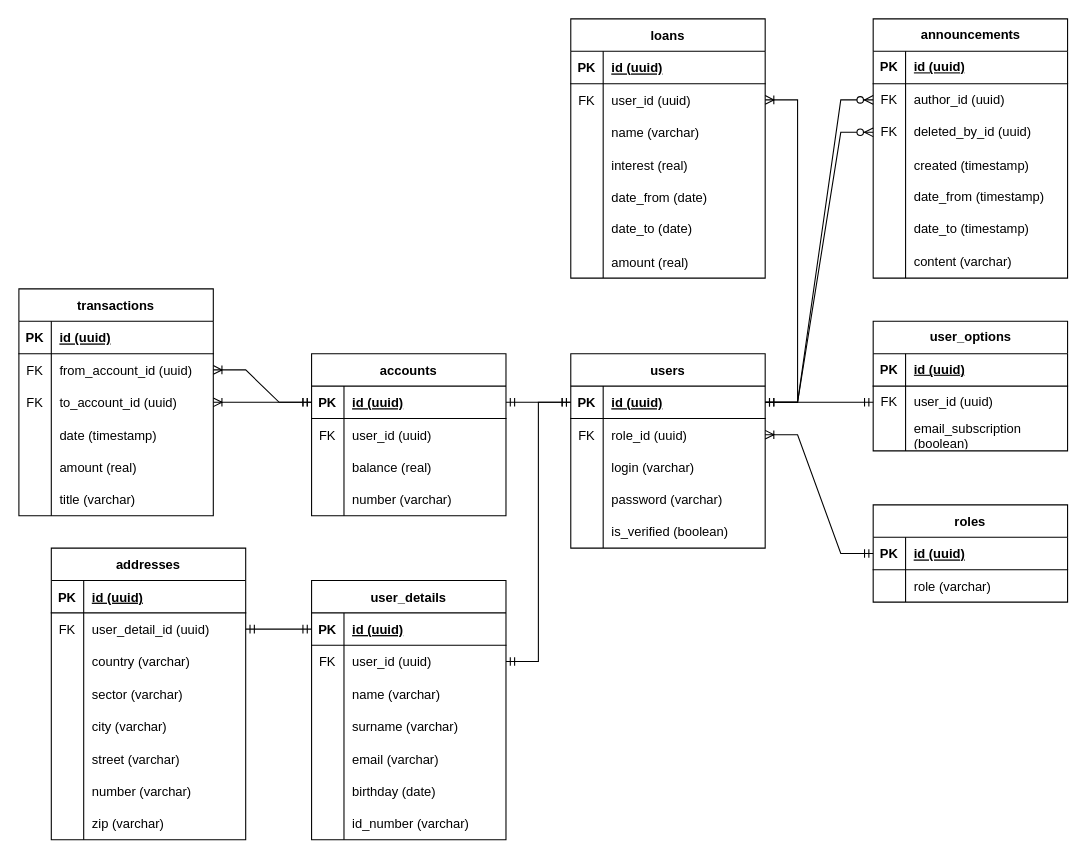
Above: bank database.drawio in Wadowski-Mateusz/bankApp (draw.io), before the change. Source tidied: cells renumbered, new cells numbered last; positions are measured from the earlier drawing's top-left corner, leaving out a move shared by most shapes. Both pictures are drawn from the tidied source at 108%, with x=0, y=0 at pixel (18, 18).
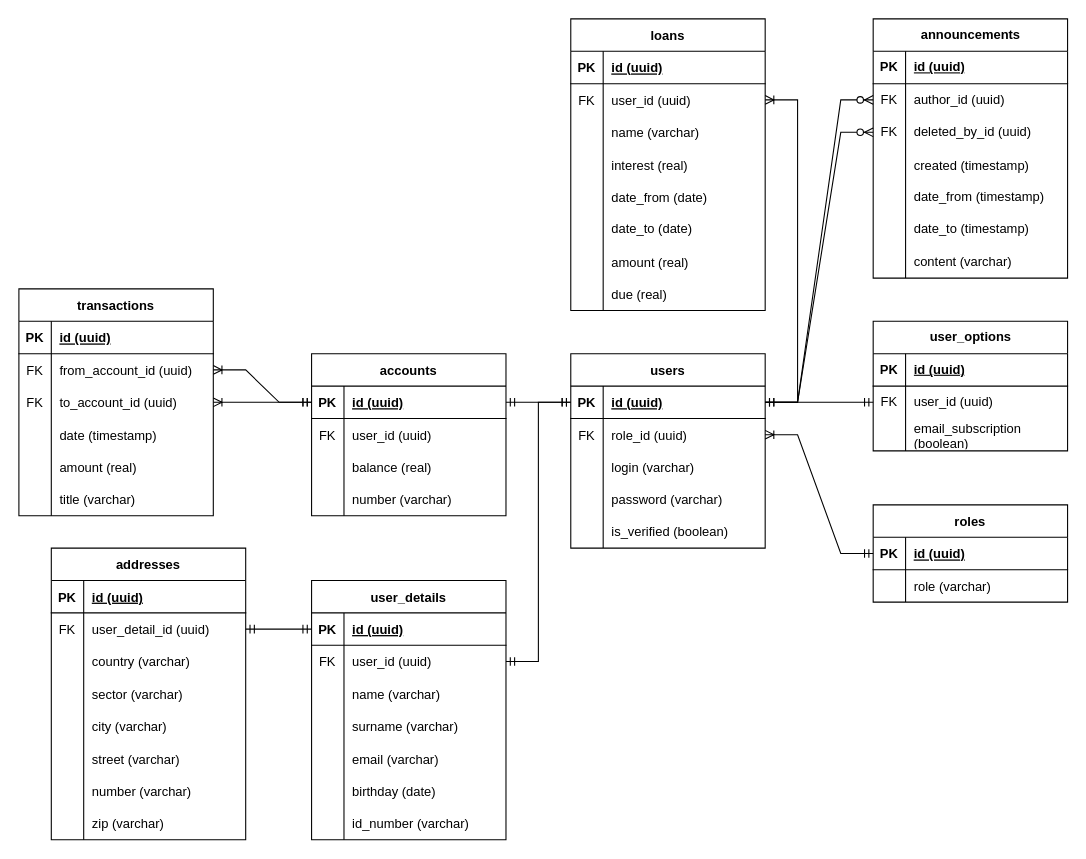
The same page after the edit.

What changed in the source:
```diff
@@
     <mxCell id="38" value="loans" style="shape=table;startSize=30;childLayout=tableLayout;rowLines=0;fontStyle=1;align=center;" parent="1" vertex="1">
-      <mxGeometry x="511" width="180" height="240" as="geometry" />
+      <mxGeometry x="511" width="180" height="270" as="geometry" />
     </mxCell>
@@
+    <mxCell id="168" style="shape=tableRow;horizontal=0;startSize=0;swimlaneHead=0;swimlaneBody=0;fillColor=none;top=0;left=0;right=0;bottom=0;" parent="38" vertex="1">
+      <mxGeometry y="240" width="180" height="30" as="geometry" />
+    </mxCell>
+    <mxCell id="169" style="shape=partialRectangle;fillColor=none;top=0;left=0;bottom=0;right=0;overflow=hidden;" parent="168" vertex="1">
+      <mxGeometry width="30" height="30" as="geometry" />
+    </mxCell>
+    <mxCell id="170" value="due (real)" style="shape=partialRectangle;fillColor=none;top=0;left=0;bottom=0;right=0;align=left;spacingLeft=6;overflow=hidden;" parent="168" vertex="1">
+      <mxGeometry x="30" width="150" height="30" as="geometry" />
+    </mxCell>
```
